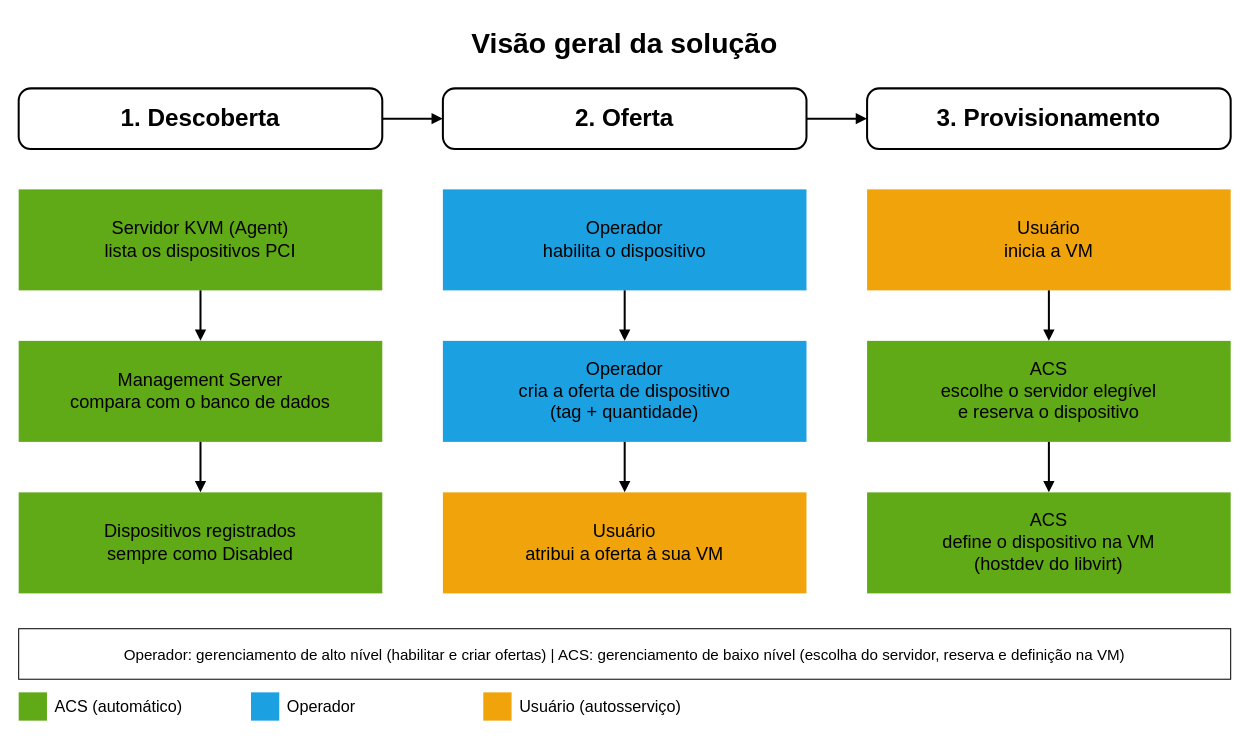
Above: page "visao-geral-solucao" (1 of 3) of diagramas/diagramas-apresentacao.drawio in erikbocks/apresentacao-tcc (draw.io), before the change. Source tidied: cells renumbered, new cells numbered last; positions are measured from the earlier drawing's top-left corner, leaving out a move shared by most shapes. Both pictures are drawn from the tidied source at 101%, with x=0, y=0 at pixel (18, 17).
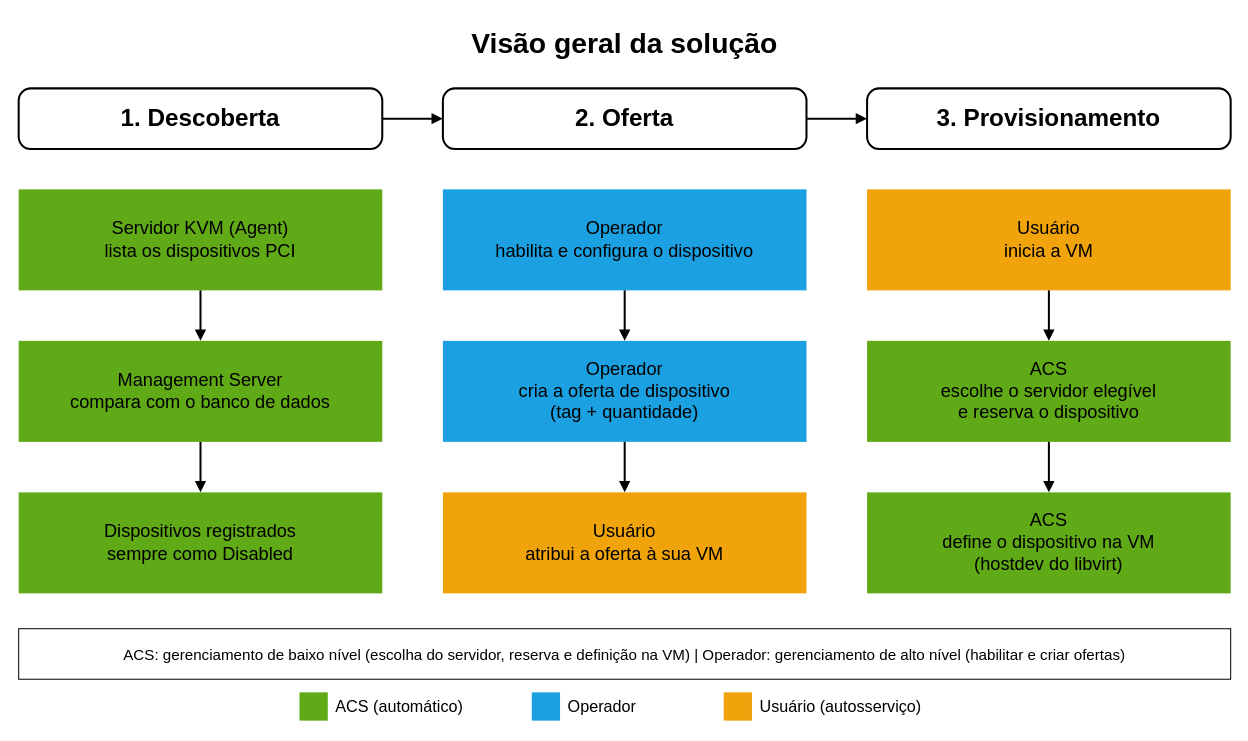
The same page after the edit.

Diff of the diagram source:
```diff
@@
-    <mxCell id="13" value="Operador&lt;br&gt;habilita o dispositivo" style="whiteSpace=wrap;html=1;fillColor=#1ba1e2;strokeColor=none;fontColor=#000000;dashed=0;horizontal=1;fontSize=18;" parent="1" vertex="1">
+    <mxCell id="13" value="Operador&lt;br&gt;habilita e configura o dispositivo" style="whiteSpace=wrap;html=1;fillColor=#1ba1e2;strokeColor=none;fontColor=#000000;dashed=0;horizontal=1;fontSize=18;" parent="1" vertex="1">
       <mxGeometry x="420" y="170" width="360" height="100" as="geometry" />
     </mxCell>
@@
-    <mxCell id="23" value="Operador: gerenciamento de alto nível (habilitar e criar ofertas)   |   ACS: gerenciamento de baixo nível (escolha do servidor, reserva e definição na VM)" style="whiteSpace=wrap;html=1;fillColor=#ffffff;strokeColor=none;fontColor=#000000;dashed=0;horizontal=1;fontSize=15;strokeColor=#000000;" parent="1" vertex="1">
+    <mxCell id="23" value="ACS: gerenciamento de baixo nível (escolha do servidor, reserva e definição na VM) |&amp;nbsp;Operador: gerenciamento de alto nível (habilitar e criar ofertas)" style="whiteSpace=wrap;html=1;fillColor=#ffffff;strokeColor=none;fontColor=#000000;dashed=0;horizontal=1;fontSize=15;strokeColor=#000000;" parent="1" vertex="1">
       <mxGeometry y="605" width="1200" height="50" as="geometry" />
     </mxCell>
     <mxCell id="24" style="whiteSpace=wrap;html=1;fillColor=#60a917;strokeColor=none;fontColor=#000000;dashed=0;horizontal=1;fontSize=18;" parent="1" vertex="1">
-      <mxGeometry y="668" width="28" height="28" as="geometry" />
+      <mxGeometry x="278" y="668" width="28" height="28" as="geometry" />
     </mxCell>
     <mxCell id="25" value="ACS (automático)" style="text;html=1;whiteSpace=wrap;align=left;verticalAlign=middle;fontSize=16;fontColor=#000000;" parent="1" vertex="1">
-      <mxGeometry x="34" y="664" width="190" height="36" as="geometry" />
+      <mxGeometry x="312" y="664" width="190" height="36" as="geometry" />
     </mxCell>
     <mxCell id="26" style="whiteSpace=wrap;html=1;fillColor=#1ba1e2;strokeColor=none;fontColor=#000000;dashed=0;horizontal=1;fontSize=18;" parent="1" vertex="1">
-      <mxGeometry x="230" y="668" width="28" height="28" as="geometry" />
+      <mxGeometry x="508" y="668" width="28" height="28" as="geometry" />
     </mxCell>
     <mxCell id="27" value="Operador" style="text;html=1;whiteSpace=wrap;align=left;verticalAlign=middle;fontSize=16;fontColor=#000000;" parent="1" vertex="1">
-      <mxGeometry x="264" y="664" width="190" height="36" as="geometry" />
+      <mxGeometry x="542" y="664" width="108" height="36" as="geometry" />
     </mxCell>
     <mxCell id="28" style="whiteSpace=wrap;html=1;fillColor=#f0a30a;strokeColor=none;fontColor=#000000;dashed=0;horizontal=1;fontSize=18;" parent="1" vertex="1">
-      <mxGeometry x="460" y="668" width="28" height="28" as="geometry" />
+      <mxGeometry x="698" y="668" width="28" height="28" as="geometry" />
     </mxCell>
     <mxCell id="29" value="Usuário (autosserviço)" style="text;html=1;whiteSpace=wrap;align=left;verticalAlign=middle;fontSize=16;fontColor=#000000;" parent="1" vertex="1">
-      <mxGeometry x="494" y="664" width="190" height="36" as="geometry" />
+      <mxGeometry x="732" y="664" width="190" height="36" as="geometry" />
     </mxCell>
```
